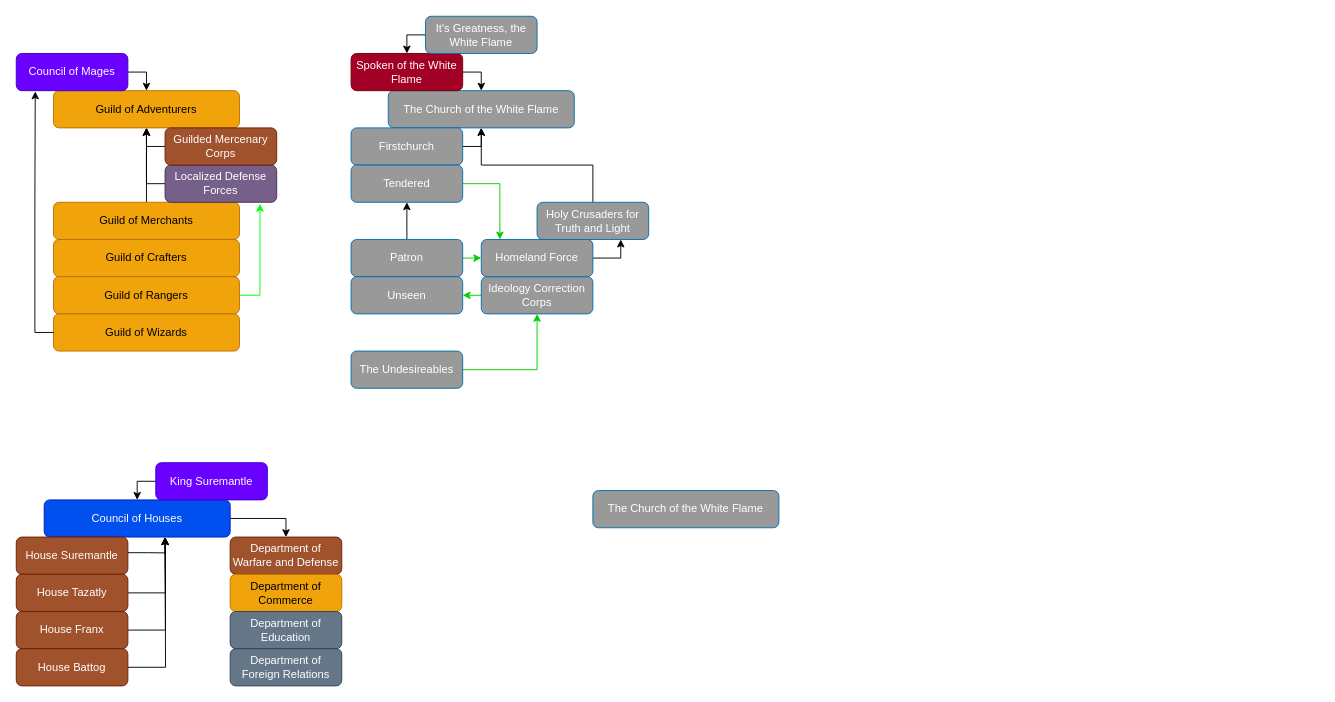
The draw.io diagram MEDIA/SUPP/alatermenianStructures.drawio in craftingcity/The-Known-World, before the edit. Source tidied: cells renumbered, new cells numbered last; positions are measured from the earlier drawing's top-left corner, leaving out a move shared by most shapes. Both pictures are drawn from the tidied source at 93%, with x=0, y=0 at pixel (16, 16).
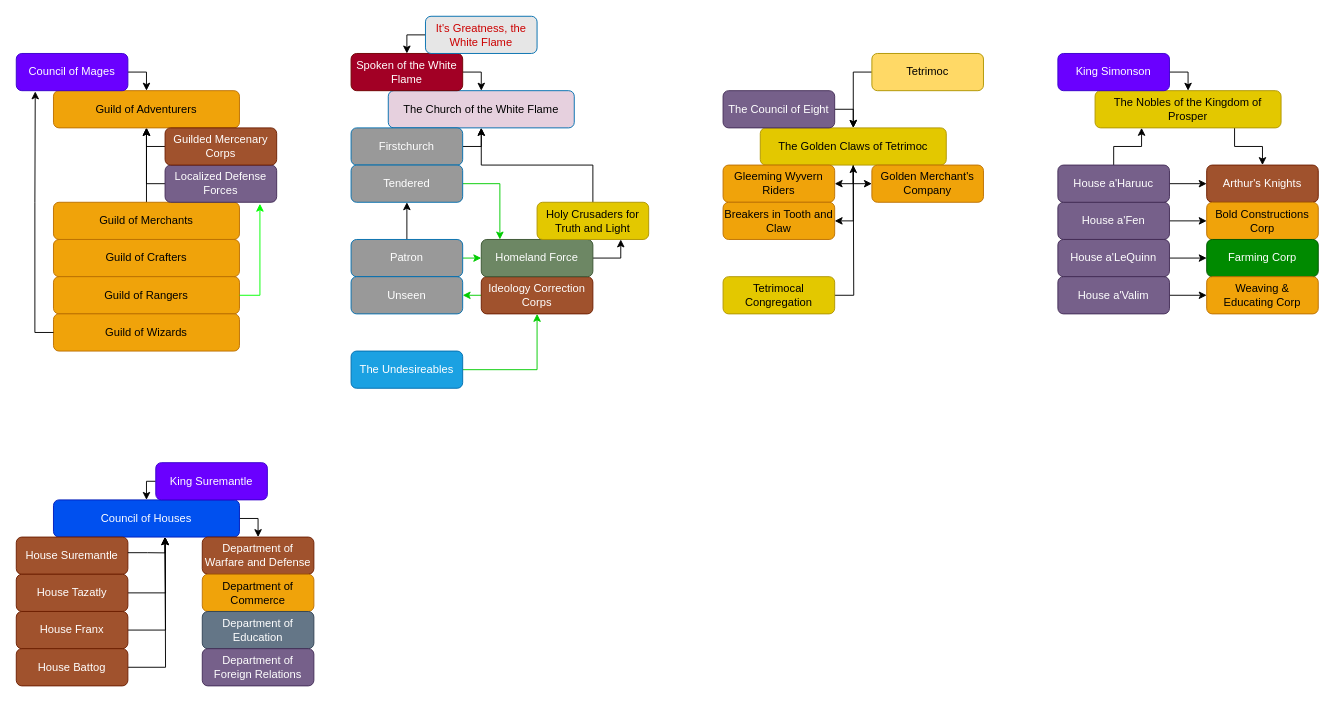
The same diagram, later.

The edit, as a diff of the source:
```diff
@@
-    <mxCell id="16" style="edgeStyle=orthogonalEdgeStyle;rounded=0;jettySize=auto;html=1;exitX=1;exitY=0.5;exitDx=0;exitDy=0;" parent="1" edge="1" source="17" target="28">
+    <mxCell id="16" style="edgeStyle=orthogonalEdgeStyle;rounded=0;jettySize=auto;html=1;exitX=1;exitY=0.5;exitDx=0;exitDy=0;entryX=0.5;entryY=0;entryDx=0;entryDy=0;" parent="1" edge="1" source="17" target="28">
       <mxGeometry relative="1" as="geometry" />
     </mxCell>
     <mxCell id="17" value="Council of Houses" style="rounded=1;whiteSpace=wrap;html=1;fillColor=#0050ef;fontColor=#ffffff;strokeColor=#001DBC;" parent="1" vertex="1">
-      <mxGeometry x="30" y="520" width="200" height="40" as="geometry" />
+      <mxGeometry x="40" y="520" width="200" height="40" as="geometry" />
     </mxCell>
@@
     <mxCell id="28" value="Department of Warfare and Defense" style="rounded=1;whiteSpace=wrap;html=1;fillColor=#a0522d;fontColor=#ffffff;strokeColor=#6D1F00;" parent="1" vertex="1">
-      <mxGeometry x="230" y="560" width="120" height="40" as="geometry" />
+      <mxGeometry x="200" y="560" width="120" height="40" as="geometry" />
     </mxCell>
     <mxCell id="29" value="Department of Commerce" style="rounded=1;whiteSpace=wrap;html=1;fillColor=#f0a30a;fontColor=#000000;strokeColor=#BD7000;" parent="1" vertex="1">
-      <mxGeometry x="230" y="600" width="120" height="40" as="geometry" />
+      <mxGeometry x="200" y="600" width="120" height="40" as="geometry" />
     </mxCell>
     <mxCell id="30" value="Department of Education" style="rounded=1;whiteSpace=wrap;html=1;fillColor=#647687;fontColor=#ffffff;strokeColor=#314354;" parent="1" vertex="1">
-      <mxGeometry x="230" y="640" width="120" height="40" as="geometry" />
+      <mxGeometry x="200" y="640" width="120" height="40" as="geometry" />
     </mxCell>
-    <mxCell id="31" value="Department of Foreign Relations" style="rounded=1;whiteSpace=wrap;html=1;fillColor=#647687;fontColor=#ffffff;strokeColor=#314354;" parent="1" vertex="1">
-      <mxGeometry x="230" y="680" width="120" height="40" as="geometry" />
+    <mxCell id="31" value="Department of Foreign Relations" style="rounded=1;whiteSpace=wrap;html=1;fillColor=#76608a;fontColor=#ffffff;strokeColor=#432D57;" parent="1" vertex="1">
+      <mxGeometry x="200" y="680" width="120" height="40" as="geometry" />
     </mxCell>
-    <mxCell id="32" value="The Church of the White Flame" style="rounded=1;whiteSpace=wrap;html=1;fillColor=#999999;fontColor=#ffffff;strokeColor=#006EAF;" parent="1" vertex="1">
+    <mxCell id="32" value="The Church of the White Flame" style="rounded=1;whiteSpace=wrap;html=1;fillColor=#E6D0DE;fontColor=#000000;strokeColor=#006EAF;" parent="1" vertex="1">
       <mxGeometry x="400" y="80" width="200" height="40" as="geometry" />
     </mxCell>
@@
-    <mxCell id="36" value="It's Greatness, the White Flame" style="rounded=1;whiteSpace=wrap;html=1;fillColor=#999999;fontColor=#ffffff;strokeColor=#006EAF;" parent="1" vertex="1">
+    <mxCell id="36" value="It's Greatness, the White Flame" style="rounded=1;whiteSpace=wrap;html=1;fillColor=#E6E6E6;fontColor=#CC0000;strokeColor=#006EAF;" parent="1" vertex="1">
       <mxGeometry x="440" width="120" height="40" as="geometry" />
     </mxCell>
@@
-    <mxCell id="46" value="The Undesireables" style="rounded=1;whiteSpace=wrap;html=1;fillColor=#999999;fontColor=#ffffff;strokeColor=#006EAF;" parent="1" vertex="1">
+    <mxCell id="46" value="The Undesireables" style="rounded=1;whiteSpace=wrap;html=1;fillColor=#1ba1e2;fontColor=#ffffff;strokeColor=#006EAF;" parent="1" vertex="1">
       <mxGeometry x="360" y="360" width="120" height="40" as="geometry" />
     </mxCell>
@@
-    <mxCell id="48" value="Ideology Correction Corps" style="rounded=1;whiteSpace=wrap;html=1;fillColor=#999999;fontColor=#ffffff;strokeColor=#006EAF;" parent="1" vertex="1">
+    <mxCell id="48" value="Ideology Correction Corps" style="rounded=1;whiteSpace=wrap;html=1;fillColor=#a0522d;fontColor=#ffffff;strokeColor=#6D1F00;" parent="1" vertex="1">
       <mxGeometry x="500" y="280" width="120" height="40" as="geometry" />
     </mxCell>
@@
-    <mxCell id="50" value="Homeland Force" style="rounded=1;whiteSpace=wrap;html=1;fillColor=#999999;fontColor=#ffffff;strokeColor=#006EAF;" parent="1" vertex="1">
+    <mxCell id="50" value="Homeland Force" style="rounded=1;whiteSpace=wrap;html=1;fillColor=#6d8764;fontColor=#ffffff;strokeColor=#3A5431;" parent="1" vertex="1">
       <mxGeometry x="500" y="240" width="120" height="40" as="geometry" />
     </mxCell>
@@
-    <mxCell id="52" value="Holy Crusaders for Truth and Light" style="rounded=1;whiteSpace=wrap;html=1;fillColor=#999999;fontColor=#ffffff;strokeColor=#006EAF;" parent="1" vertex="1">
+    <mxCell id="52" value="Holy Crusaders for Truth and Light" style="rounded=1;whiteSpace=wrap;html=1;fillColor=#e3c800;fontColor=#000000;strokeColor=#B09500;" parent="1" vertex="1">
       <mxGeometry x="560" y="200" width="120" height="40" as="geometry" />
     </mxCell>
+    <mxCell id="54" style="edgeStyle=orthogonalEdgeStyle;rounded=0;jettySize=auto;html=1;exitX=0.5;exitY=1;exitDx=0;exitDy=0;entryX=1;entryY=0.5;entryDx=0;entryDy=0;" parent="1" edge="1" source="53" target="62">
+      <mxGeometry relative="1" as="geometry" />
+    </mxCell>
+    <mxCell id="55" style="edgeStyle=orthogonalEdgeStyle;rounded=0;jettySize=auto;html=1;exitX=0.5;exitY=1;exitDx=0;exitDy=0;entryX=1;entryY=0.5;entryDx=0;entryDy=0;" parent="1" edge="1" source="53" target="61">
+      <mxGeometry relative="1" as="geometry">
+        <Array as="points">
+          <mxPoint x="900" y="180" />
+        </Array>
+      </mxGeometry>
+    </mxCell>
+    <mxCell id="56" style="edgeStyle=orthogonalEdgeStyle;rounded=0;jettySize=auto;html=1;exitX=0.5;exitY=1;exitDx=0;exitDy=0;entryX=0;entryY=0.5;entryDx=0;entryDy=0;" parent="1" edge="1" source="53" target="63">
+      <mxGeometry relative="1" as="geometry">
+        <Array as="points">
+          <mxPoint x="900" y="180" />
+        </Array>
+      </mxGeometry>
+    </mxCell>
-    <mxCell id="53" value="The Church of the White Flame" style="rounded=1;whiteSpace=wrap;html=1;fillColor=#999999;fontColor=#ffffff;strokeColor=#006EAF;" parent="1" vertex="1">
-      <mxGeometry x="620" y="510" width="200" height="40" as="geometry" />
+    <mxCell id="53" value="The Golden Claws of Tetrimoc" style="rounded=1;whiteSpace=wrap;html=1;fillColor=#e3c800;fontColor=#000000;strokeColor=#B09500;" parent="1" vertex="1">
+      <mxGeometry x="800" y="120" width="200" height="40" as="geometry" />
     </mxCell>
+    <mxCell id="57" style="edgeStyle=orthogonalEdgeStyle;rounded=0;jettySize=auto;html=1;exitX=1;exitY=0.5;exitDx=0;exitDy=0;" parent="1" edge="1" source="58" target="53">
+      <mxGeometry relative="1" as="geometry" />
+    </mxCell>
+    <mxCell id="58" value="The Council of Eight" style="rounded=1;whiteSpace=wrap;html=1;fillColor=#76608a;fontColor=#ffffff;strokeColor=#432D57;" parent="1" vertex="1">
+      <mxGeometry x="760" y="80" width="120" height="40" as="geometry" />
+    </mxCell>
+    <mxCell id="59" style="edgeStyle=orthogonalEdgeStyle;rounded=0;jettySize=auto;html=1;exitX=0;exitY=0.5;exitDx=0;exitDy=0;entryX=0.5;entryY=0;entryDx=0;entryDy=0;" parent="1" edge="1" source="60" target="53">
+      <mxGeometry relative="1" as="geometry" />
+    </mxCell>
+    <mxCell id="60" value="Tetrimoc" style="rounded=1;whiteSpace=wrap;html=1;fillColor=#FFD966;fontColor=#000000;strokeColor=#B09500;" parent="1" vertex="1">
+      <mxGeometry x="920" y="40" width="120" height="40" as="geometry" />
+    </mxCell>
+    <mxCell id="61" value="Gleeming Wyvern Riders" style="rounded=1;whiteSpace=wrap;html=1;fillColor=#f0a30a;fontColor=#000000;strokeColor=#BD7000;" parent="1" vertex="1">
+      <mxGeometry x="760" y="160" width="120" height="40" as="geometry" />
+    </mxCell>
+    <mxCell id="62" value="Breakers in Tooth and Claw" style="rounded=1;whiteSpace=wrap;html=1;fillColor=#f0a30a;fontColor=#000000;strokeColor=#BD7000;" parent="1" vertex="1">
+      <mxGeometry x="760" y="200" width="120" height="40" as="geometry" />
+    </mxCell>
+    <mxCell id="63" value="Golden Merchant's Company" style="rounded=1;whiteSpace=wrap;html=1;fillColor=#f0a30a;fontColor=#000000;strokeColor=#BD7000;" parent="1" vertex="1">
+      <mxGeometry x="920" y="160" width="120" height="40" as="geometry" />
+    </mxCell>
+    <mxCell id="64" style="edgeStyle=orthogonalEdgeStyle;rounded=0;jettySize=auto;html=1;exitX=1;exitY=0.5;exitDx=0;exitDy=0;" parent="1" edge="1" source="65">
+      <mxGeometry relative="1" as="geometry">
+        <mxPoint x="900" y="160" as="targetPoint" />
+      </mxGeometry>
+    </mxCell>
+    <mxCell id="65" value="Tetrimocal Congregation" style="rounded=1;whiteSpace=wrap;html=1;fillColor=#e3c800;fontColor=#000000;strokeColor=#B09500;" parent="1" vertex="1">
+      <mxGeometry x="760" y="280" width="120" height="40" as="geometry" />
+    </mxCell>
+    <mxCell id="66" style="edgeStyle=orthogonalEdgeStyle;rounded=0;jettySize=auto;html=1;exitX=0.75;exitY=1;exitDx=0;exitDy=0;entryX=0.5;entryY=0;entryDx=0;entryDy=0;" parent="1" edge="1" source="67" target="70">
+      <mxGeometry relative="1" as="geometry" />
+    </mxCell>
+    <mxCell id="67" value="The Nobles of the Kingdom of Prosper" style="rounded=1;whiteSpace=wrap;html=1;fillColor=#e3c800;fontColor=#000000;strokeColor=#B09500;" parent="1" vertex="1">
+      <mxGeometry x="1160" y="80" width="200" height="40" as="geometry" />
+    </mxCell>
+    <mxCell id="68" style="edgeStyle=orthogonalEdgeStyle;rounded=0;jettySize=auto;html=1;exitX=1;exitY=0.5;exitDx=0;exitDy=0;entryX=0.5;entryY=0;entryDx=0;entryDy=0;" parent="1" edge="1" source="69" target="67">
+      <mxGeometry relative="1" as="geometry" />
+    </mxCell>
+    <mxCell id="69" value="King Simonson" style="rounded=1;whiteSpace=wrap;html=1;fillColor=#6a00ff;fontColor=#ffffff;strokeColor=#3700CC;" parent="1" vertex="1">
+      <mxGeometry x="1120" y="40" width="120" height="40" as="geometry" />
+    </mxCell>
+    <mxCell id="70" value="Arthur's Knights" style="rounded=1;whiteSpace=wrap;html=1;fillColor=#a0522d;fontColor=#ffffff;strokeColor=#6D1F00;" parent="1" vertex="1">
+      <mxGeometry x="1280" y="160" width="120" height="40" as="geometry" />
+    </mxCell>
+    <mxCell id="71" style="edgeStyle=orthogonalEdgeStyle;rounded=0;jettySize=auto;html=1;exitX=1;exitY=0.5;exitDx=0;exitDy=0;entryX=0;entryY=0.5;entryDx=0;entryDy=0;" parent="1" edge="1" source="72" target="73">
+      <mxGeometry relative="1" as="geometry" />
+    </mxCell>
+    <mxCell id="72" value="House a'Fen" style="rounded=1;whiteSpace=wrap;html=1;fillColor=#76608a;fontColor=#ffffff;strokeColor=#432D57;" parent="1" vertex="1">
+      <mxGeometry x="1120" y="200" width="120" height="40" as="geometry" />
+    </mxCell>
+    <mxCell id="73" value="Bold Constructions Corp" style="rounded=1;whiteSpace=wrap;html=1;fillColor=#f0a30a;fontColor=#000000;strokeColor=#BD7000;" parent="1" vertex="1">
+      <mxGeometry x="1280" y="200" width="120" height="40" as="geometry" />
+    </mxCell>
+    <mxCell id="74" style="edgeStyle=orthogonalEdgeStyle;rounded=0;jettySize=auto;html=1;exitX=1;exitY=0.5;exitDx=0;exitDy=0;entryX=0;entryY=0.5;entryDx=0;entryDy=0;" parent="1" edge="1" source="76" target="70">
+      <mxGeometry relative="1" as="geometry" />
+    </mxCell>
+    <mxCell id="75" style="edgeStyle=orthogonalEdgeStyle;rounded=0;jettySize=auto;html=1;exitX=0.5;exitY=0;exitDx=0;exitDy=0;entryX=0.25;entryY=1;entryDx=0;entryDy=0;" parent="1" edge="1" source="76" target="67">
+      <mxGeometry relative="1" as="geometry" />
+    </mxCell>
+    <mxCell id="76" value="House a'Haruuc" style="rounded=1;whiteSpace=wrap;html=1;fillColor=#76608a;strokeColor=#432D57;fontColor=#ffffff;" parent="1" vertex="1">
+      <mxGeometry x="1120" y="160" width="120" height="40" as="geometry" />
+    </mxCell>
+    <mxCell id="77" style="edgeStyle=orthogonalEdgeStyle;rounded=0;jettySize=auto;html=1;exitX=1;exitY=0.5;exitDx=0;exitDy=0;entryX=0;entryY=0.5;entryDx=0;entryDy=0;" parent="1" edge="1" source="78" target="81">
+      <mxGeometry relative="1" as="geometry" />
+    </mxCell>
+    <mxCell id="78" value="House a'LeQuinn" style="rounded=1;whiteSpace=wrap;html=1;fillColor=#76608a;fontColor=#ffffff;strokeColor=#432D57;" parent="1" vertex="1">
+      <mxGeometry x="1120" y="240" width="120" height="40" as="geometry" />
+    </mxCell>
+    <mxCell id="79" style="edgeStyle=orthogonalEdgeStyle;rounded=0;jettySize=auto;html=1;exitX=1;exitY=0.5;exitDx=0;exitDy=0;entryX=0;entryY=0.5;entryDx=0;entryDy=0;" parent="1" edge="1" source="80" target="82">
+      <mxGeometry relative="1" as="geometry" />
+    </mxCell>
+    <mxCell id="80" value="House a'Valim" style="rounded=1;whiteSpace=wrap;html=1;fillColor=#76608a;fontColor=#ffffff;strokeColor=#432D57;" parent="1" vertex="1">
+      <mxGeometry x="1120" y="280" width="120" height="40" as="geometry" />
+    </mxCell>
+    <mxCell id="81" value="Farming Corp" style="rounded=1;whiteSpace=wrap;html=1;fillColor=#008a00;fontColor=#ffffff;strokeColor=#005700;" parent="1" vertex="1">
+      <mxGeometry x="1280" y="240" width="120" height="40" as="geometry" />
+    </mxCell>
+    <mxCell id="82" value="Weaving &amp;amp; Educating&amp;nbsp;&lt;span style=&quot;background-color: initial;&quot;&gt;Corp&lt;/span&gt;" style="rounded=1;whiteSpace=wrap;html=1;fillColor=#f0a30a;fontColor=#000000;strokeColor=#BD7000;" parent="1" vertex="1">
+      <mxGeometry x="1280" y="280" width="120" height="40" as="geometry" />
+    </mxCell>
```
